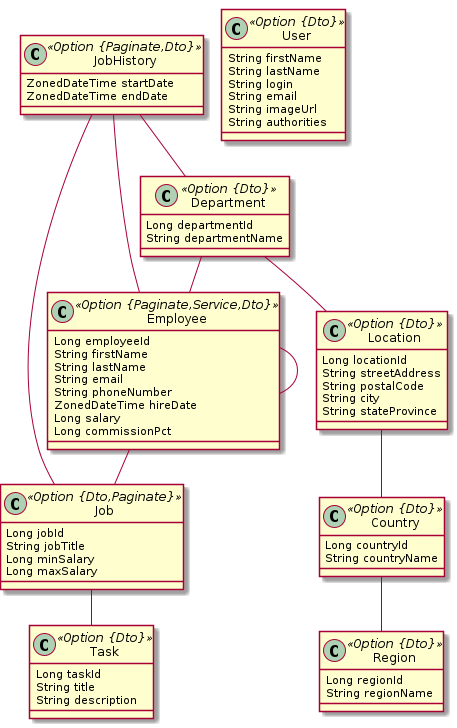
RatJuggler/jhipster-jdl keeps this PlantUML diagram as jhipster-example.png. Above is the earlier version.
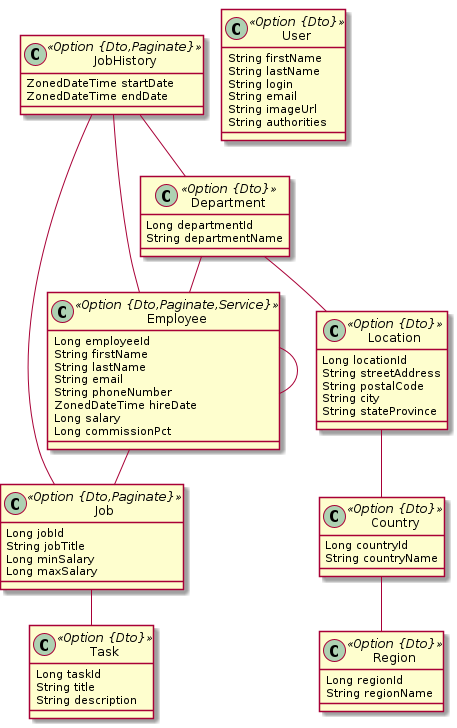
The same diagram one commit later.

Commit message:
Updated UML diagram.

The edit, as a diff of the source:
```diff
@@ -5,7 +5,7 @@
 		Long departmentId
 		String departmentName
 	}
-	class JobHistory <<Option {Paginate,Dto}>> {
+	class JobHistory <<Option {Dto,Paginate}>> {
 		ZonedDateTime startDate
 		ZonedDateTime endDate
 	}
@@ -15,7 +15,7 @@
 		Long minSalary
 		Long maxSalary
 	}
-	class Employee <<Option {Paginate,Service,Dto}>> {
+	class Employee <<Option {Dto,Paginate,Service}>> {
 		Long employeeId
 		String firstName
 		String lastName
```
